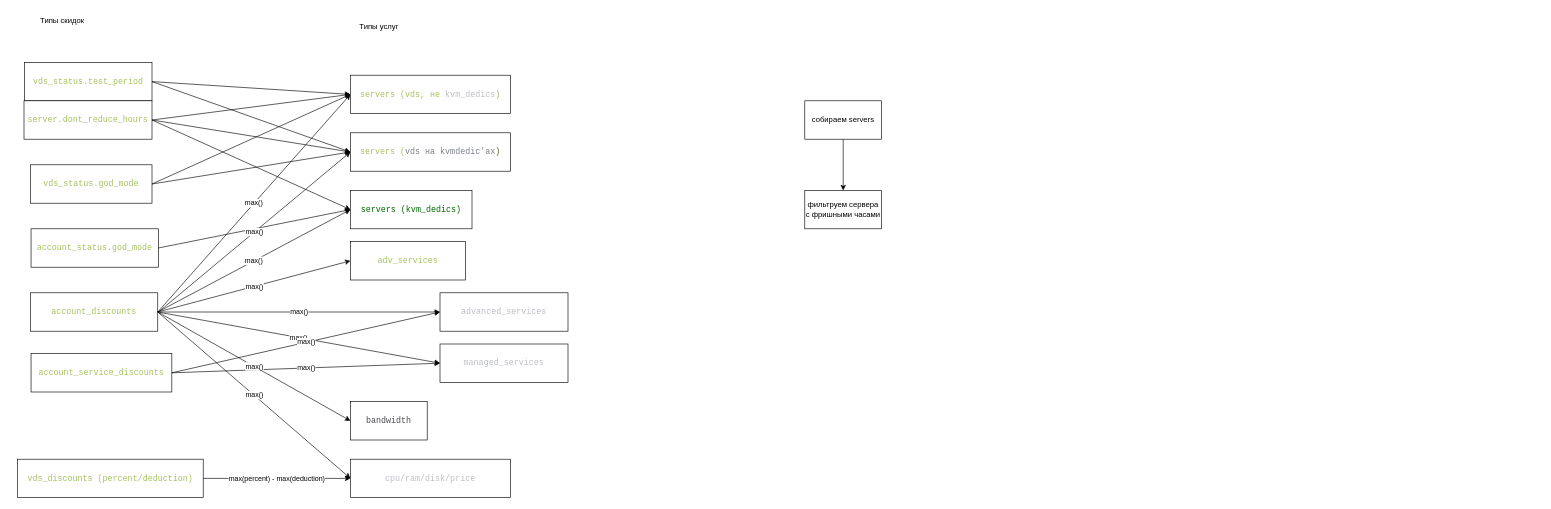
Above: discounts/discounts.drawio in DimaPlaz/diagrams (draw.io), before the change. Source tidied: cells renumbered, new cells numbered last; positions are measured from the earlier drawing's top-left corner, leaving out a move shared by most shapes. Both pictures are drawn from the tidied source at 64%, with x=0, y=0 at pixel (11, 11).
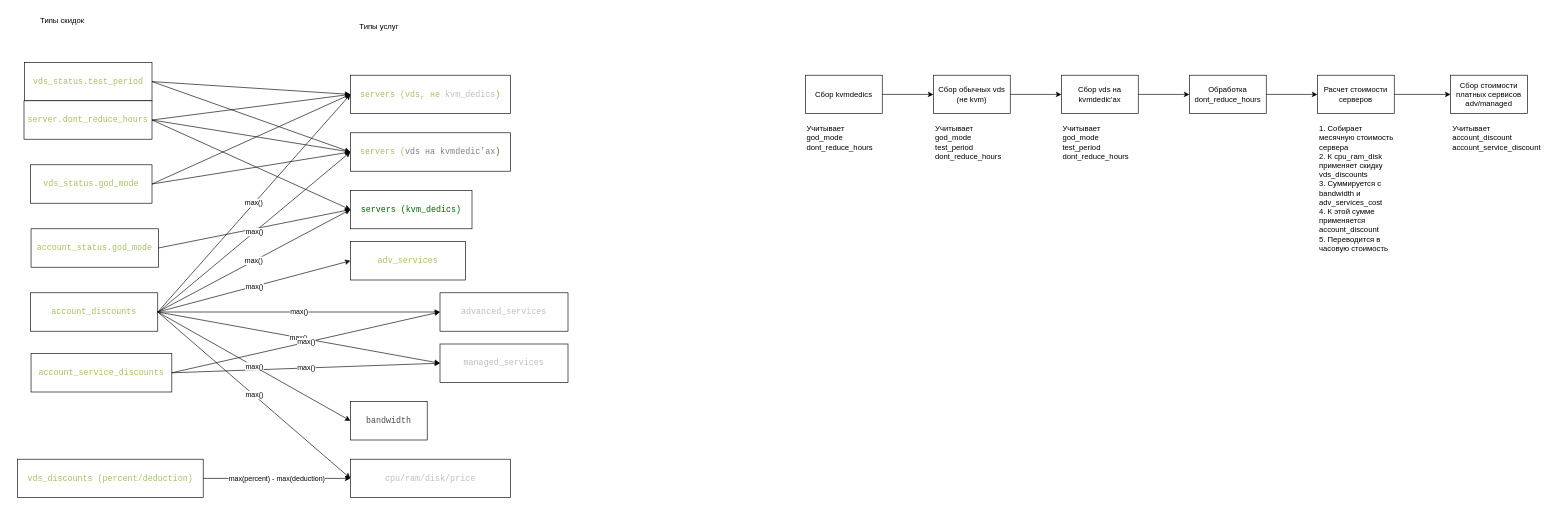
Above is the later version.

The edit, as a diff of the source:
```diff
@@
-    <mxCell id="38" style="edgeStyle=orthogonalEdgeStyle;rounded=0;jettySize=auto;html=1;" parent="1" edge="1" source="39" target="40">
-      <mxGeometry relative="1" as="geometry" />
-    </mxCell>
-    <mxCell id="39" value="собираем servers" style="rounded=0;whiteSpace=wrap;html=1;" parent="1" vertex="1">
-      <mxGeometry x="1240" y="140" width="120" height="60" as="geometry" />
-    </mxCell>
-    <mxCell id="40" value="фильтруем сервера с фришными часами" style="rounded=0;whiteSpace=wrap;html=1;" parent="1" vertex="1">
-      <mxGeometry x="1240" y="280" width="120" height="60" as="geometry" />
-    </mxCell>
+    <mxCell id="41" style="edgeStyle=orthogonalEdgeStyle;rounded=0;jettySize=auto;html=1;" parent="1" edge="1" source="42" target="44">
+      <mxGeometry relative="1" as="geometry" />
+    </mxCell>
+    <mxCell id="42" value="Сбор kvmdedics" style="rounded=0;whiteSpace=wrap;html=1;" parent="1" vertex="1">
+      <mxGeometry x="1241" y="100" width="120" height="60" as="geometry" />
+    </mxCell>
+    <mxCell id="43" style="edgeStyle=orthogonalEdgeStyle;rounded=0;jettySize=auto;html=1;" parent="1" edge="1" source="44" target="46">
+      <mxGeometry relative="1" as="geometry" />
+    </mxCell>
+    <mxCell id="44" value="Сбор обычных vds (не kvm)" style="whiteSpace=wrap;html=1;rounded=0;" parent="1" vertex="1">
+      <mxGeometry x="1441" y="100" width="120" height="60" as="geometry" />
+    </mxCell>
+    <mxCell id="45" style="edgeStyle=orthogonalEdgeStyle;rounded=0;jettySize=auto;html=1;" parent="1" edge="1" source="46" target="51">
+      <mxGeometry relative="1" as="geometry" />
+    </mxCell>
+    <mxCell id="46" value="Сбор vds на kvmdedic'ах" style="whiteSpace=wrap;html=1;rounded=0;" parent="1" vertex="1">
+      <mxGeometry x="1641" y="100" width="120" height="60" as="geometry" />
+    </mxCell>
+    <mxCell id="47" value="Учитывает god_mode&lt;div&gt;dont_reduce_hours&lt;/div&gt;" style="text;html=1;align=left;verticalAlign=top;whiteSpace=wrap;rounded=0;" parent="1" vertex="1">
+      <mxGeometry x="1241" y="170" width="119" height="150" as="geometry" />
+    </mxCell>
+    <mxCell id="48" value="Учитывает god_mode&lt;div&gt;test_period&lt;/div&gt;&lt;div&gt;dont_reduce_hours&lt;br&gt;&lt;/div&gt;" style="text;html=1;align=left;verticalAlign=top;whiteSpace=wrap;rounded=0;" parent="1" vertex="1">
+      <mxGeometry x="1442" y="170" width="119" height="150" as="geometry" />
+    </mxCell>
+    <mxCell id="49" value="Учитывает god_mode&lt;div&gt;test_period&lt;/div&gt;&lt;div&gt;dont_reduce_hours&lt;br&gt;&lt;/div&gt;" style="text;html=1;align=left;verticalAlign=top;whiteSpace=wrap;rounded=0;" parent="1" vertex="1">
+      <mxGeometry x="1641" y="170" width="119" height="150" as="geometry" />
+    </mxCell>
+    <mxCell id="50" style="edgeStyle=orthogonalEdgeStyle;rounded=0;jettySize=auto;html=1;" parent="1" edge="1" source="51" target="55">
+      <mxGeometry relative="1" as="geometry" />
+    </mxCell>
+    <mxCell id="51" value="Обработка&lt;div&gt;&lt;span style=&quot;text-align: left;&quot;&gt;dont_reduce_hours&lt;/span&gt;&lt;/div&gt;" style="whiteSpace=wrap;html=1;rounded=0;" parent="1" vertex="1">
+      <mxGeometry x="1841" y="100" width="120" height="60" as="geometry" />
+    </mxCell>
+    <mxCell id="52" value="Сбор стоимости платных сервисов&lt;div&gt;adv/managed&lt;/div&gt;" style="whiteSpace=wrap;html=1;rounded=0;" parent="1" vertex="1">
+      <mxGeometry x="2249" y="100" width="120" height="60" as="geometry" />
+    </mxCell>
+    <mxCell id="53" value="Учитывает account_discount&lt;div&gt;account_service_discount&lt;/div&gt;" style="text;html=1;align=left;verticalAlign=top;whiteSpace=wrap;rounded=0;" parent="1" vertex="1">
+      <mxGeometry x="2250" y="170" width="119" height="50" as="geometry" />
+    </mxCell>
+    <mxCell id="54" style="edgeStyle=orthogonalEdgeStyle;rounded=0;jettySize=auto;html=1;" parent="1" edge="1" source="55" target="52">
+      <mxGeometry relative="1" as="geometry" />
+    </mxCell>
+    <mxCell id="55" value="Расчет стоимости серверов" style="whiteSpace=wrap;html=1;rounded=0;" parent="1" vertex="1">
+      <mxGeometry x="2041" y="100" width="120" height="60" as="geometry" />
+    </mxCell>
+    <mxCell id="56" value="1. Собирает месячную стоимость сервера&lt;div&gt;2. К cpu_ram_disk применяет скидку vds_discounts&lt;/div&gt;&lt;div&gt;3. Суммируется с bandwidth и adv_services_cost&lt;/div&gt;&lt;div&gt;4. К этой сумме применяется account_discount&lt;/div&gt;&lt;div&gt;5. Переводится в часовую стоимость&lt;/div&gt;" style="text;html=1;align=left;verticalAlign=top;whiteSpace=wrap;rounded=0;" parent="1" vertex="1">
+      <mxGeometry x="2042" y="170" width="119" height="210" as="geometry" />
+    </mxCell>
```
